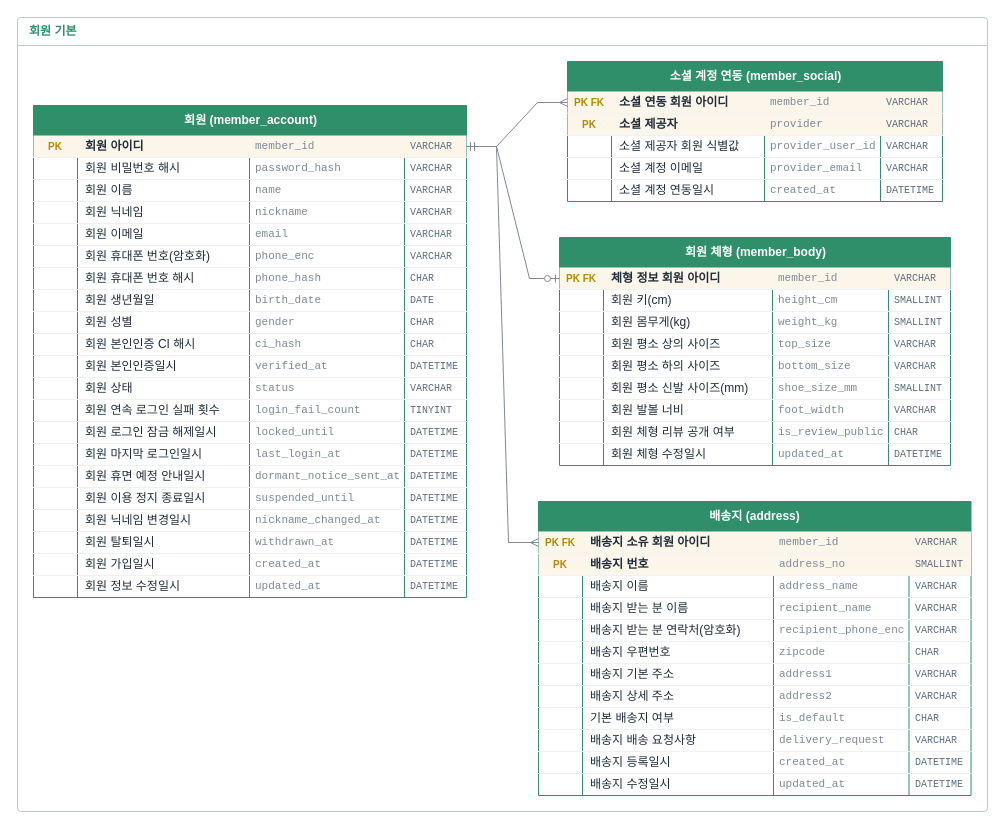
Earlier version of the draw.io diagram page "고객" (2 of 2) of docs/erd.drawio (jjonong/fashion-shoppingmall). Source tidied: cells renumbered, new cells numbered last; positions are measured from the earlier drawing's top-left corner, leaving out a move shared by most shapes. Both pictures are drawn from the tidied source at 100%, with x=0, y=0 at pixel (17, 17).
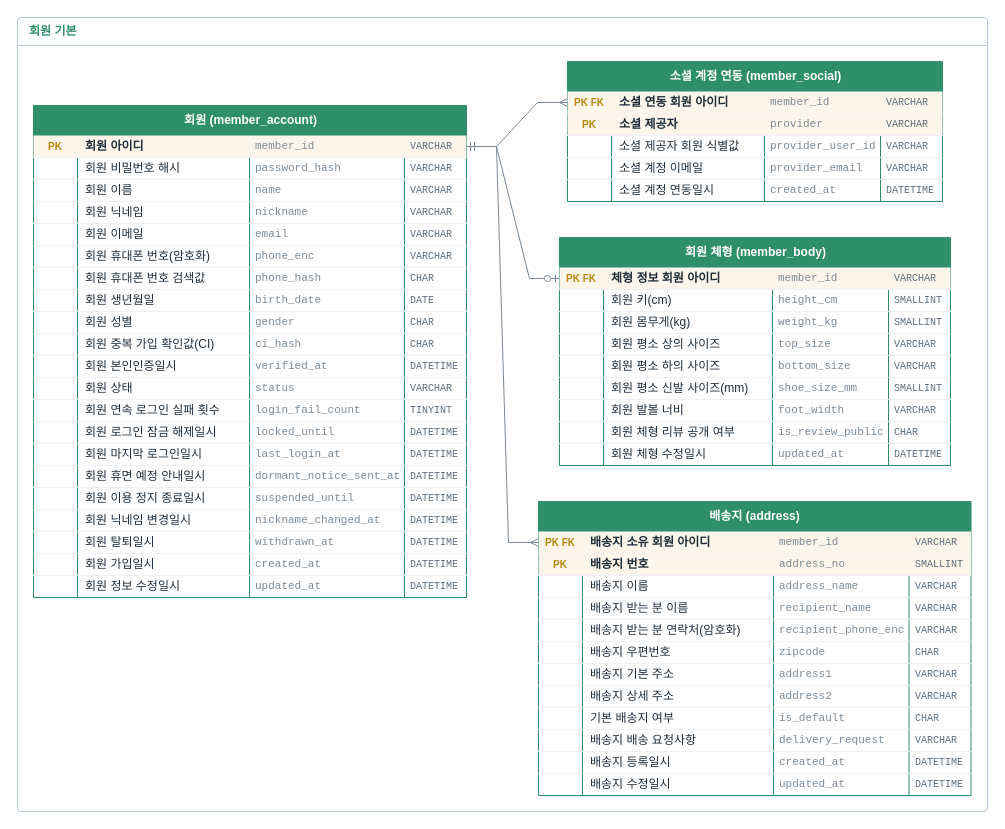
Above is the later version.

Unchanged cells that the change refers to:
```xml
<mxCell id="34" style="shape=tableRow;horizontal=0;startSize=0;swimlaneHead=0;swimlaneBody=0;fillColor=none;top=0;left=0;right=0;bottom=1;strokeColor=#eef2f6;" parent="3" vertex="1">
  <mxGeometry y="162" width="433" height="22" as="geometry" />
</mxCell>
<mxCell id="49" style="shape=tableRow;horizontal=0;startSize=0;swimlaneHead=0;swimlaneBody=0;fillColor=none;top=0;left=0;right=0;bottom=1;strokeColor=#eef2f6;" parent="3" vertex="1">
  <mxGeometry y="228" width="433" height="22" as="geometry" />
</mxCell>
```

Diff of the diagram source:
```diff
@@
-    <mxCell id="36" value="회원 휴대폰 번호 해시" style="shape=partialRectangle;fillColor=none;top=0;left=0;bottom=0;right=0;overflow=hidden;html=1;fontStyle=0;fontColor=#1f2d3a;align=left;spacingLeft=6;" parent="34" vertex="1">
+    <mxCell id="36" value="회원 휴대폰 번호 검색값" style="shape=partialRectangle;fillColor=none;top=0;left=0;bottom=0;right=0;overflow=hidden;html=1;fontStyle=0;fontColor=#1f2d3a;align=left;spacingLeft=6;" parent="34" vertex="1">
       <mxGeometry x="44" width="172" height="22" as="geometry" />
     </mxCell>
@@
-    <mxCell id="51" value="회원 본인인증 CI 해시" style="shape=partialRectangle;fillColor=none;top=0;left=0;bottom=0;right=0;overflow=hidden;html=1;fontStyle=0;fontColor=#1f2d3a;align=left;spacingLeft=6;" parent="49" vertex="1">
+    <mxCell id="51" value="회원 중복 가입 확인값(CI)" style="shape=partialRectangle;fillColor=none;top=0;left=0;bottom=0;right=0;overflow=hidden;html=1;fontStyle=0;fontColor=#1f2d3a;align=left;spacingLeft=6;" parent="49" vertex="1">
       <mxGeometry x="44" width="172" height="22" as="geometry" />
     </mxCell>
```
